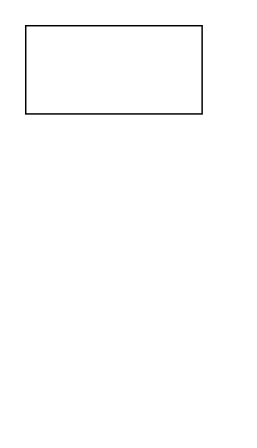
Earlier version of the draw.io diagram Untitled Diagram.drawio (MayankKonduri/ObraD.TompkinsHighSchool_MegaLandProject). Source tidied: cells renumbered, new cells numbered last; positions are measured from the earlier drawing's top-left corner, leaving out a move shared by most shapes. Both pictures are drawn from the tidied source at 147%, with x=0, y=0 at pixel (25, 25).
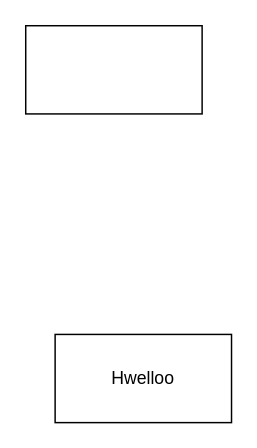
After the change.

Change to the diagram source:
```diff
@@
 <mxGraphModel>
   <root>
     <mxCell id="0" />
     <mxCell id="1" parent="0" />
     <mxCell id="2" style="rounded=0;whiteSpace=wrap;html=1;" parent="1" vertex="1">
       <mxGeometry width="120" height="60" as="geometry" />
     </mxCell>
+    <mxCell id="3" value="Hwelloo" style="rounded=0;whiteSpace=wrap;html=1;" parent="1" vertex="1">
+      <mxGeometry x="20" y="210" width="120" height="60" as="geometry" />
+    </mxCell>
   </root>
 </mxGraphModel>
```
